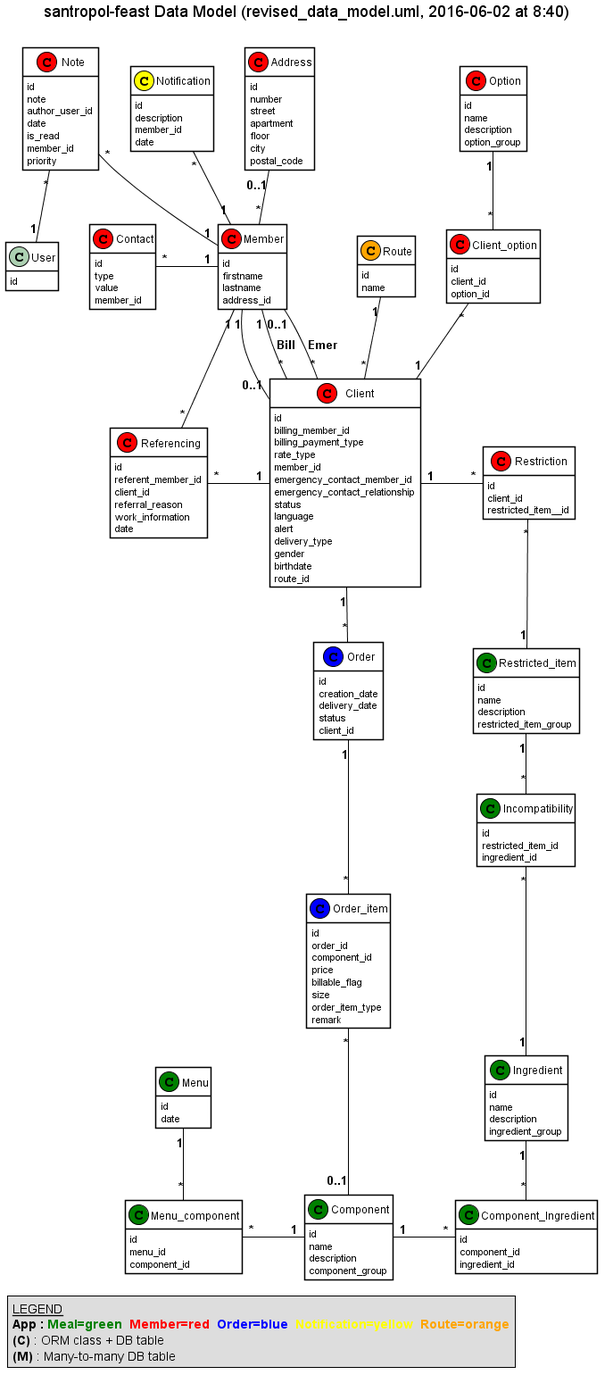
The PlantUML diagram docs/data_model/revised_data_model.png in savoirfairelinux/sous-chef, before a commit.
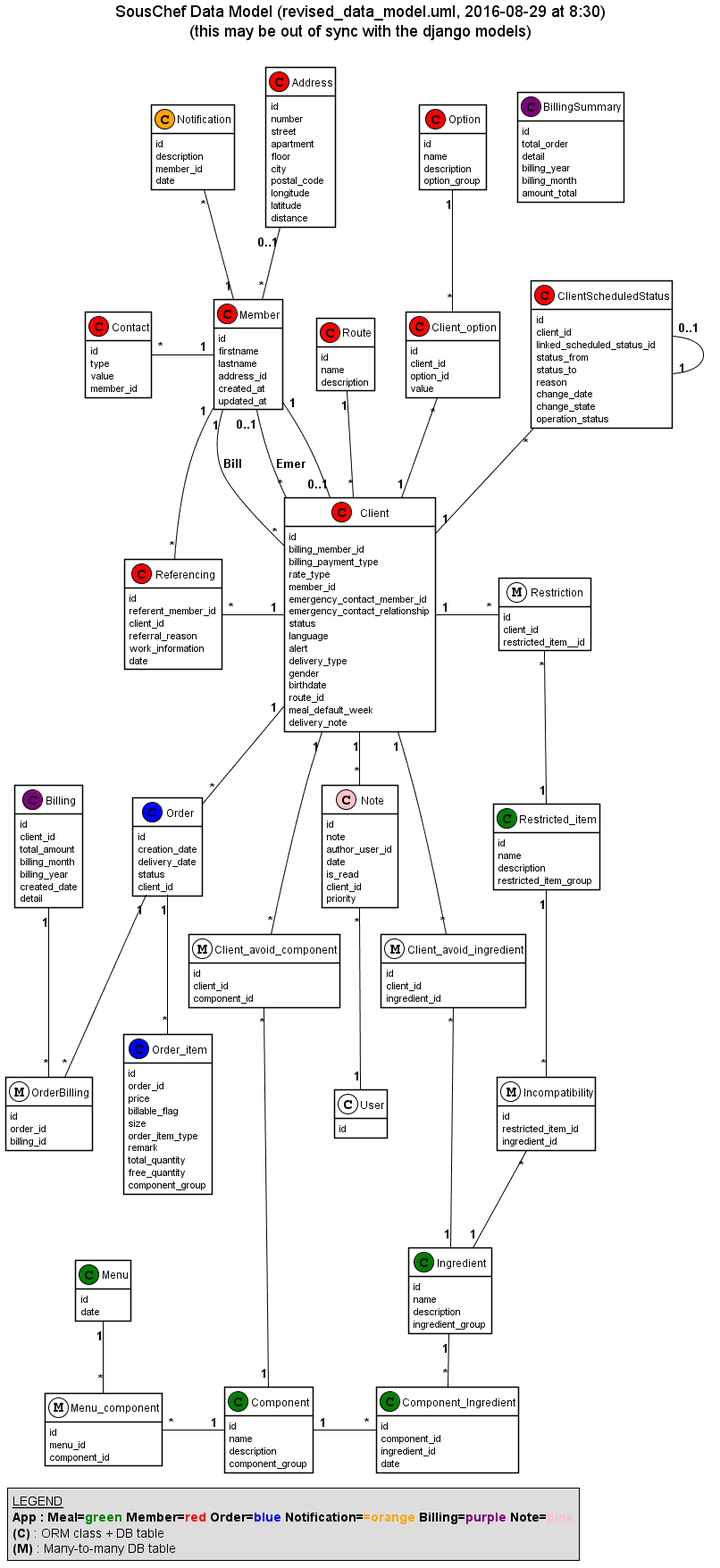
Later version of the same file.

Commit message:
Updated data model diagram

Diff of the diagram source:
```diff
@@ -1,6 +1,6 @@
 @startuml
 scale 1.0
-title santropol-feast Data Model (revised_data_model.uml, 2016-06-02 at 8:40)\n
+title SousChef Data Model (revised_data_model.uml, 2016-08-29 at 8:30)\n(this may be out of sync with the django models)\n
 hide methods
 skinparam shadowing false
 skinparam classArrowColor Black
@@ -11,30 +11,37 @@
 
 legend left
   <u>LEGEND</u>
-  <b>App :<color:green> Meal=green</color> <color:red> Member=red</color> <color:blue> Order=blue</color> <color:yellow> Notification=yellow</color> <color:orange> Route=orange</color></b>
+  <b>App : Meal=<color:green>green</color> Member=<color:red>red</color> Order=<color:blue>blue</color> Notification=<color:orange>=orange</color> Billing=<color:purple>purple</color> Note=<color:pink>pink</color></b>
   <b>(C)</b> : ORM class + DB table
   <b>(M)</b> : Many-to-many DB table
 endlegend
 
-Incompatibility "*" -d- "1" Ingredient
-Incompatibility "*" -u- "1" Restricted_item
 Client "0..1" -u- "1" Member
 Client "*" -u- "1" Member : Bill
 Client "*" -u- "0..1" Member : Emer
 Client "*" -u- "1" Route
+Client_avoid_component "*" -u- "1" Client
+Client_avoid_component "*" -d- "1" Component
+Client_avoid_ingredient "*" -u- "1" Client
+Client_avoid_ingredient "*" -d- "1" Ingredient
 Client_option "*" -d- "1" Client
 Client_option "*" -u- "1" Option
+ClientScheduledStatus "*" -d- "1" Client
+ClientScheduledStatus "0..1" -- "1" ClientScheduledStatus
 Component_Ingredient "*" -u- "1" Ingredient
 Component_Ingredient "*" -l- "1" Component
 Contact "*" -r- "1" Member
+Incompatibility "*" -d- "1" Ingredient
+Incompatibility "*" -u- "1" Restricted_item
 Member "*" -u- "0..1" Address
 Menu_component "*" -r- "1" Component
 Menu_component "*" -u- "1" Menu
-Note "*" -d- "1" Member
+Note "*" -u- "1" Client
 Note "*" -d- "1" User
 Notification "*" -d- "1" Member
 Order "*" -u- "1" Client
-Order_item "*" -d- "0..1" Component
+OrderBilling "*" -u- "1" Billing
+OrderBilling "*" -u- "1" Order
 Order_item "*" -u- "1" Order
 Referencing "*" -r- "1" Client
 Referencing "*" -u- "1" Member
@@ -50,6 +57,28 @@
     floor
     city
     postal_code
+    longitude
+    latitude
+    distance
+}
+
+class Billing << (C,purple) >> {
+    id
+    client_id
+    total_amount
+    billing_month
+    billing_year
+    created_date
+    detail
+}
+
+class BillingSummary << (C,purple) >> {
+    id
+    total_order
+    detail
+    billing_year
+    billing_month
+    amount_total
 }
 
 class Client << (C,red) >> {
@@ -67,12 +96,39 @@
     gender
     birthdate
     route_id
+    meal_default_week
+    delivery_note
+}
+
+class Client_avoid_component << (M,white) >> {
+    id
+    client_id
+    component_id
+}
+
+class Client_avoid_ingredient << (M,white) >> {
+    id
+    client_id
+    ingredient_id
 }
 
 class Client_option << (C,red) >> {
     id
     client_id
     option_id
+    value
+}
+
+class ClientScheduledStatus << (C,red) >> {
+    id
+    client_id
+    linked_scheduled_status_id
+    status_from
+    status_to
+    reason
+    change_date
+    change_state
+    operation_status
 }
 
 class Component << (C,green) >> {
@@ -86,6 +142,7 @@
     id
     component_id
     ingredient_id
+    date
 }
 
 class Contact << (C,red) >> {
@@ -95,7 +152,7 @@
     member_id
 }
 
-class Incompatibility << (C,green) >> {
+class Incompatibility << (M,white) >> {
     id
     restricted_item_id
     ingredient_id
@@ -113,6 +170,8 @@
     firstname
     lastname
     address_id
+    created_at
+    updated_at
 }
 
 class Menu << (C,green) >> {
@@ -120,23 +179,23 @@
     date
 }
 
-class Menu_component << (C,green) >> {
+class Menu_component << (M,white) >> {
     id
     menu_id
     component_id
 }
 
-class Note << (C,red) >> {
+class Note << (C,pink) >> {
     id
     note
     author_user_id
     date
     is_read
-    member_id
+    client_id
     priority
 }
 
-class Notification << (C,yellow) >> {
+class Notification << (C,orange) >> {
     id
     description
     member_id
@@ -158,15 +217,23 @@
     client_id
 }
 
+class OrderBilling << (M,white) >> {
+    id
+    order_id
+    billing_id
+}
+
 class Order_item << (C,blue) >> {
     id
     order_id
-    component_id
     price
     billable_flag
     size
     order_item_type
     remark
+    total_quantity
+    free_quantity
+    component_group
 }
 
 class Referencing << (C,red) >> {
@@ -185,19 +252,19 @@
     restricted_item_group
 }
 
-class Restriction << (C,red) >> {
+class Restriction << (M,white) >> {
     id
     client_id
     restricted_item__id
 }
 
-class Route << (C,orange) >> {
+class Route << (C,red) >> {
     id
     name
+    description
 }
 
-class User {
+class User << (C,white) >> {
     id
 }
-
 @enduml
```
